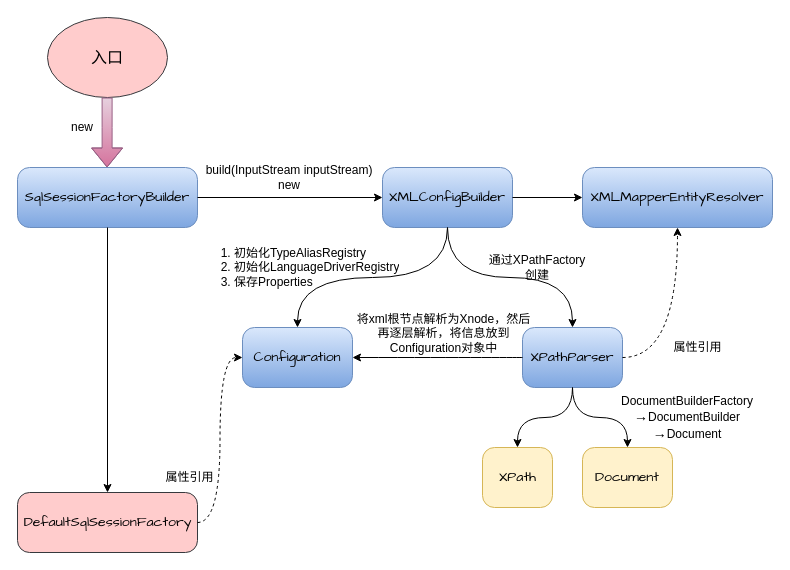
heweijun123/drawio-database keeps this draw.io diagram as page "SqlSessionFactory创建" (2 of 5) of MyBatis概要流程.drawio. Above is the earlier version. Source tidied: cells renumbered, new cells numbered last; positions are measured from the earlier drawing's top-left corner, leaving out a move shared by most shapes. Both pictures are drawn from the tidied source at 100%, with x=0, y=0 at pixel (17, 17).
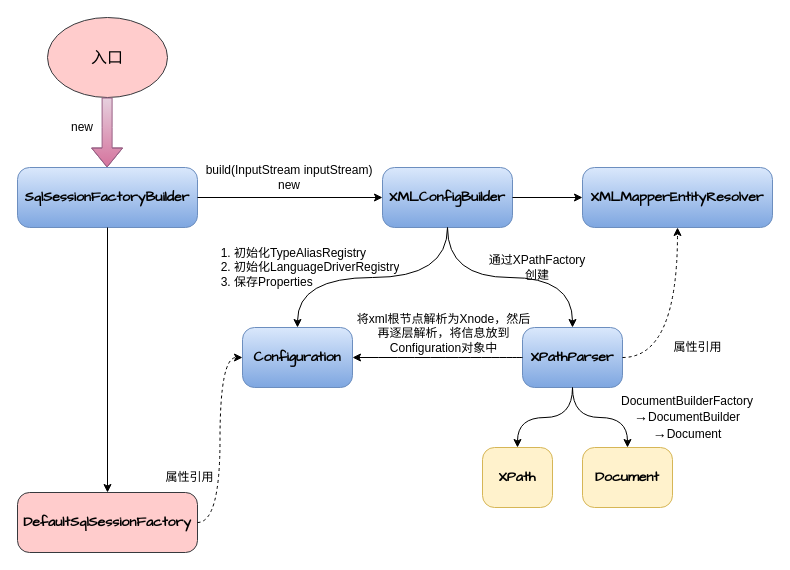
After the change.

Unchanged cells that the change refers to:
```xml
<mxCell id="2" style="group;" parent="1" vertex="1">
  <mxGeometry x="505" y="310" width="100" height="60" as="geometry" />
</mxCell>
<mxCell id="4" style="group;" parent="1" vertex="1">
  <mxGeometry x="365" y="150" width="130" height="60" as="geometry" />
</mxCell>
<mxCell id="6" style="group;" parent="1" vertex="1">
  <mxGeometry x="565" y="150" width="190" height="60" as="geometry" />
</mxCell>
<mxCell id="8" style="group;" parent="1" vertex="1">
  <mxGeometry x="465" y="430" width="70" height="60" as="geometry" />
</mxCell>
<mxCell id="14" style="group;" parent="1" vertex="1">
  <mxGeometry x="565" y="430" width="90" height="60" as="geometry" />
</mxCell>
<mxCell id="18" style="group;" parent="1" vertex="1">
  <mxGeometry x="225" y="310" width="110" height="60" as="geometry" />
</mxCell>
<mxCell id="23" style="group;" parent="1" vertex="1">
  <mxGeometry y="150" width="180" height="60" as="geometry" />
</mxCell>
<mxCell id="33" style="group;" parent="1" vertex="1">
  <mxGeometry y="475" width="180" height="60" as="geometry" />
</mxCell>
```

What changed in the source:
```diff
@@
-    <mxCell id="3" value="&lt;span style=&quot;color: rgb(0 , 0 , 0) ; font-size: 14px&quot;&gt;XPathParser&lt;/span&gt;" style="rounded=1;whiteSpace=wrap;html=1;shadow=0;fontColor=#000000;strokeColor=#6c8ebf;fillColor=#dae8fc;gradientColor=#7ea6e0;arcSize=20;fontFamily=Comic Sans MS;" parent="2" vertex="1">
+    <mxCell id="3" value="&lt;span style=&quot;color: rgb(0 , 0 , 0) ; font-size: 14px&quot;&gt;&lt;b&gt;XPathParser&lt;/b&gt;&lt;/span&gt;" style="rounded=1;whiteSpace=wrap;html=1;shadow=0;fontColor=#000000;strokeColor=#6c8ebf;fillColor=#dae8fc;gradientColor=#7ea6e0;arcSize=20;fontFamily=Comic Sans MS;" parent="2" vertex="1">
       <mxGeometry width="100" height="60" as="geometry" />
     </mxCell>
@@
-    <mxCell id="5" value="&lt;span style=&quot;font-size: 14px&quot;&gt;XMLConfigBuilder&lt;/span&gt;" style="rounded=1;whiteSpace=wrap;html=1;shadow=0;fontColor=#000000;strokeColor=#6c8ebf;fillColor=#dae8fc;gradientColor=#7ea6e0;arcSize=20;fontFamily=Comic Sans MS;" parent="4" vertex="1">
+    <mxCell id="5" value="&lt;span style=&quot;font-size: 14px&quot;&gt;&lt;b&gt;XMLConfigBuilder&lt;/b&gt;&lt;/span&gt;" style="rounded=1;whiteSpace=wrap;html=1;shadow=0;fontColor=#000000;strokeColor=#6c8ebf;fillColor=#dae8fc;gradientColor=#7ea6e0;arcSize=20;fontFamily=Comic Sans MS;" parent="4" vertex="1">
       <mxGeometry width="130" height="60" as="geometry" />
     </mxCell>
@@
-    <mxCell id="7" value="&lt;span style=&quot;font-size: 14px&quot;&gt;XMLMapperEntityResolver&lt;/span&gt;" style="rounded=1;whiteSpace=wrap;html=1;shadow=0;fontColor=#000000;strokeColor=#6c8ebf;fillColor=#dae8fc;gradientColor=#7ea6e0;arcSize=20;fontFamily=Comic Sans MS;" parent="6" vertex="1">
+    <mxCell id="7" value="&lt;span style=&quot;font-size: 14px&quot;&gt;&lt;b&gt;XMLMapperEntityResolver&lt;/b&gt;&lt;/span&gt;" style="rounded=1;whiteSpace=wrap;html=1;shadow=0;fontColor=#000000;strokeColor=#6c8ebf;fillColor=#dae8fc;gradientColor=#7ea6e0;arcSize=20;fontFamily=Comic Sans MS;" parent="6" vertex="1">
       <mxGeometry width="190" height="60" as="geometry" />
     </mxCell>
@@
-    <mxCell id="9" style="rounded=1;whiteSpace=wrap;html=1;shadow=0;strokeColor=#d6b656;fillColor=#fff2cc;arcSize=20;fontFamily=Comic Sans MS;" parent="8" vertex="1">
+    <mxCell id="9" value="&lt;span style=&quot;font-size: 14px&quot;&gt;&lt;b&gt;XPath&lt;/b&gt;&lt;/span&gt;" style="rounded=1;whiteSpace=wrap;html=1;shadow=0;strokeColor=#d6b656;fillColor=#fff2cc;arcSize=20;fontFamily=Comic Sans MS;" parent="8" vertex="1">
       <mxGeometry width="70" height="60" as="geometry" />
     </mxCell>
-    <mxCell id="10" value="&lt;span style=&quot;font-size: 14px&quot;&gt;XPath&lt;/span&gt;" style="text;html=1;strokeColor=none;fillColor=none;align=center;verticalAlign=middle;whiteSpace=wrap;rounded=0;shadow=0;fontFamily=Comic Sans MS;" parent="8" vertex="1">
-      <mxGeometry x="9.5" y="20" width="50.9" height="20" as="geometry" />
-    </mxCell>
@@
-    <mxCell id="15" style="rounded=1;whiteSpace=wrap;html=1;shadow=0;strokeColor=#d6b656;fillColor=#fff2cc;arcSize=20;fontFamily=Comic Sans MS;" parent="14" vertex="1">
+    <mxCell id="15" value="&lt;span style=&quot;font-size: 14px&quot;&gt;&lt;b&gt;Document&lt;/b&gt;&lt;/span&gt;" style="rounded=1;whiteSpace=wrap;html=1;shadow=0;strokeColor=#d6b656;fillColor=#fff2cc;arcSize=20;fontFamily=Comic Sans MS;" parent="14" vertex="1">
       <mxGeometry width="90" height="60" as="geometry" />
     </mxCell>
-    <mxCell id="16" value="&lt;span style=&quot;font-size: 14px&quot;&gt;Document&lt;/span&gt;" style="text;html=1;strokeColor=none;fillColor=none;align=center;verticalAlign=middle;whiteSpace=wrap;rounded=0;shadow=0;fontFamily=Comic Sans MS;" parent="14" vertex="1">
-      <mxGeometry x="12.3" y="20" width="65.5" height="20" as="geometry" />
-    </mxCell>
@@
-    <mxCell id="19" value="&lt;span style=&quot;color: rgb(0 , 0 , 0) ; font-size: 14px&quot;&gt;Configuration&lt;/span&gt;" style="rounded=1;whiteSpace=wrap;html=1;shadow=0;fontColor=#000000;strokeColor=#6c8ebf;fillColor=#dae8fc;gradientColor=#7ea6e0;arcSize=20;fontFamily=Comic Sans MS;" parent="18" vertex="1">
+    <mxCell id="19" value="&lt;span style=&quot;color: rgb(0 , 0 , 0) ; font-size: 14px&quot;&gt;&lt;b&gt;Configuration&lt;/b&gt;&lt;/span&gt;" style="rounded=1;whiteSpace=wrap;html=1;shadow=0;fontColor=#000000;strokeColor=#6c8ebf;fillColor=#dae8fc;gradientColor=#7ea6e0;arcSize=20;fontFamily=Comic Sans MS;" parent="18" vertex="1">
       <mxGeometry width="110" height="60" as="geometry" />
     </mxCell>
@@
-    <mxCell id="24" value="&lt;span style=&quot;font-size: 14px&quot;&gt;SqlSessionFactoryBuilder&lt;/span&gt;" style="rounded=1;whiteSpace=wrap;html=1;shadow=0;strokeColor=#6c8ebf;fillColor=#dae8fc;arcSize=20;fontFamily=Comic Sans MS;gradientColor=#7ea6e0;" parent="23" vertex="1">
+    <mxCell id="24" value="&lt;span style=&quot;font-size: 14px&quot;&gt;&lt;b&gt;SqlSessionFactoryBuilder&lt;/b&gt;&lt;/span&gt;" style="rounded=1;whiteSpace=wrap;html=1;shadow=0;strokeColor=#6c8ebf;fillColor=#dae8fc;arcSize=20;fontFamily=Comic Sans MS;gradientColor=#7ea6e0;" parent="23" vertex="1">
       <mxGeometry width="180" height="60" as="geometry" />
     </mxCell>
@@
-    <mxCell id="34" style="rounded=1;whiteSpace=wrap;html=1;shadow=0;strokeColor=#36393d;fillColor=#ffcccc;arcSize=20;fontFamily=Comic Sans MS;" parent="33" vertex="1">
+    <mxCell id="34" value="&lt;span style=&quot;font-size: 14px&quot;&gt;&lt;b&gt;DefaultSqlSessionFactory&lt;/b&gt;&lt;/span&gt;" style="rounded=1;whiteSpace=wrap;html=1;shadow=0;strokeColor=#36393d;fillColor=#ffcccc;arcSize=20;fontFamily=Comic Sans MS;" parent="33" vertex="1">
       <mxGeometry width="180" height="60" as="geometry" />
     </mxCell>
-    <mxCell id="35" value="&lt;font style=&quot;font-size: 14px&quot;&gt;DefaultSqlSessionFactory&lt;/font&gt;" style="text;html=1;strokeColor=none;fillColor=none;align=center;verticalAlign=middle;whiteSpace=wrap;rounded=0;shadow=0;fontFamily=Comic Sans MS;" parent="33" vertex="1">
-      <mxGeometry x="34.6" y="20" width="110.8" height="20" as="geometry" />
-    </mxCell>
```
